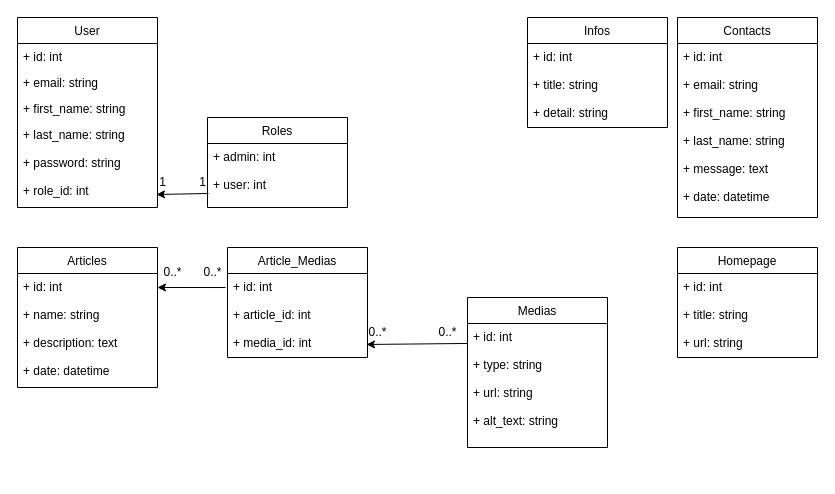
Earlier version of the draw.io diagram .docs/UML/diagramme_de_classes.drawio (Fonzard/FLJ). Source tidied: cells renumbered, new cells numbered last; positions are measured from the earlier drawing's top-left corner, leaving out a move shared by most shapes. Both pictures are drawn from the tidied source at 100%, with x=0, y=0 at pixel (17, 17).
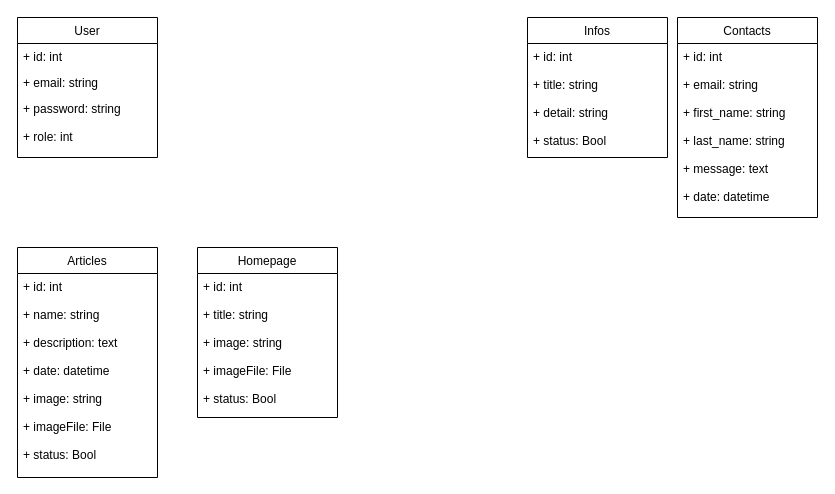
Above is the later version.

Change to the diagram source:
```diff
@@
     <mxCell id="2" value="User" style="swimlane;fontStyle=0;horizontal=1;startSize=26;fillColor=none;" parent="1" vertex="1">
-      <mxGeometry width="140" height="190" as="geometry" />
+      <mxGeometry width="140" height="140" as="geometry" />
     </mxCell>
@@
-    <mxCell id="5" value="+ first_name: string&#10;" style="text;strokeColor=none;fillColor=none;align=left;verticalAlign=top;spacingLeft=4;spacingRight=4;overflow=hidden;" parent="2" vertex="1">
-      <mxGeometry y="78" width="140" height="26" as="geometry" />
-    </mxCell>
-    <mxCell id="6" value="+ last_name: string&#10;&#10;+ password: string&#10;&#10;+ role_id: int&#10;&#10;" style="text;strokeColor=none;fillColor=none;align=left;verticalAlign=top;spacingLeft=4;spacingRight=4;overflow=hidden;points=[[0,0.5],[1,0.5]];portConstraint=eastwest;" parent="2" vertex="1">
-      <mxGeometry y="104" width="140" height="86" as="geometry" />
+    <mxCell id="6" value="+ password: string&#10;&#10;+ role: int&#10;&#10;" style="text;strokeColor=none;fillColor=none;align=left;verticalAlign=top;spacingLeft=4;spacingRight=4;overflow=hidden;points=[[0,0.5],[1,0.5]];portConstraint=eastwest;" parent="2" vertex="1">
+      <mxGeometry y="78" width="140" height="62" as="geometry" />
     </mxCell>
-    <mxCell id="7" value="Roles" style="swimlane;fontStyle=0;horizontal=1;startSize=26;fillColor=none;" parent="1" vertex="1">
-      <mxGeometry x="190" y="100" width="140" height="90" as="geometry" />
-    </mxCell>
-    <mxCell id="8" value="+ admin: int&#10;&#10;+ user: int&#10;&#10;" style="text;strokeColor=none;fillColor=none;align=left;verticalAlign=top;spacingLeft=4;spacingRight=4;overflow=hidden;points=[[0,0.5],[1,0.5]];portConstraint=eastwest;" parent="7" vertex="1">
-      <mxGeometry y="26" width="140" height="64" as="geometry" />
-    </mxCell>
     <mxCell id="9" value="Articles" style="swimlane;fontStyle=0;horizontal=1;startSize=26;fillColor=none;" parent="1" vertex="1">
-      <mxGeometry y="230" width="140" height="140" as="geometry" />
+      <mxGeometry y="230" width="140" height="230" as="geometry" />
     </mxCell>
-    <mxCell id="10" value="+ id: int&#10;&#10;+ name: string&#10;&#10;+ description: text&#10;&#10;+ date: datetime&#10;" style="text;strokeColor=none;fillColor=none;align=left;verticalAlign=top;spacingLeft=4;spacingRight=4;overflow=hidden;" parent="9" vertex="1">
-      <mxGeometry y="26" width="140" height="114" as="geometry" />
+    <mxCell id="10" value="+ id: int&#10;&#10;+ name: string&#10;&#10;+ description: text&#10;&#10;+ date: datetime&#10;&#10;+ image: string&#10;&#10;+ imageFile: File&#10;&#10;+ status: Bool&#10;&#10;&#10;" style="text;strokeColor=none;fillColor=none;align=left;verticalAlign=top;spacingLeft=4;spacingRight=4;overflow=hidden;" parent="9" vertex="1">
+      <mxGeometry y="26" width="140" height="204" as="geometry" />
     </mxCell>
     <mxCell id="11" value="Infos" style="swimlane;fontStyle=0;horizontal=1;startSize=26;fillColor=none;" parent="1" vertex="1">
-      <mxGeometry x="510" width="140" height="110" as="geometry" />
+      <mxGeometry x="510" width="140" height="140" as="geometry" />
     </mxCell>
-    <mxCell id="12" value="+ id: int&#10;&#10;+ title: string&#10;&#10;+ detail: string" style="text;strokeColor=none;fillColor=none;align=left;verticalAlign=top;spacingLeft=4;spacingRight=4;overflow=hidden;" parent="11" vertex="1">
-      <mxGeometry y="26" width="140" height="84" as="geometry" />
+    <mxCell id="12" value="+ id: int&#10;&#10;+ title: string&#10;&#10;+ detail: string&#10;&#10;+ status: Bool" style="text;strokeColor=none;fillColor=none;align=left;verticalAlign=top;spacingLeft=4;spacingRight=4;overflow=hidden;" parent="11" vertex="1">
+      <mxGeometry y="26" width="140" height="114" as="geometry" />
     </mxCell>
@@
-    <mxCell id="15" value="Medias" style="swimlane;fontStyle=0;horizontal=1;startSize=26;fillColor=none;" parent="1" vertex="1">
-      <mxGeometry x="450" y="280" width="140" height="150" as="geometry" />
-    </mxCell>
-    <mxCell id="16" value="+ id: int&#10;&#10;+ type: string&#10;&#10;+ url: string&#10;&#10;+ alt_text: string" style="text;strokeColor=none;fillColor=none;align=left;verticalAlign=top;spacingLeft=4;spacingRight=4;overflow=hidden;points=[[0,0.5],[1,0.5]];portConstraint=eastwest;" parent="15" vertex="1">
-      <mxGeometry y="26" width="140" height="124" as="geometry" />
-    </mxCell>
-    <mxCell id="17" style="edgeStyle=none;html=1;entryX=0.993;entryY=0.849;entryDx=0;entryDy=0;entryPerimeter=0;exitX=0.007;exitY=0.781;exitDx=0;exitDy=0;exitPerimeter=0;" parent="1" edge="1" source="8" target="6">
-      <mxGeometry relative="1" as="geometry" />
-    </mxCell>
-    <mxCell id="18" value="1" style="text;html=1;align=center;verticalAlign=middle;strokeColor=none;fillColor=none;" parent="1" vertex="1">
-      <mxGeometry x="130" y="150" width="30" height="30" as="geometry" />
-    </mxCell>
-    <mxCell id="19" value="1" style="text;html=1;align=center;verticalAlign=middle;strokeColor=none;fillColor=none;" parent="1" vertex="1">
-      <mxGeometry x="170" y="150" width="30" height="30" as="geometry" />
-    </mxCell>
-    <mxCell id="20" value="Article_Medias" style="swimlane;fontStyle=0;horizontal=1;startSize=26;fillColor=none;" parent="1" vertex="1">
-      <mxGeometry x="210" y="230" width="140" height="110" as="geometry" />
-    </mxCell>
-    <mxCell id="21" value="+ id: int&#10;&#10;+ article_id: int&#10;&#10;+ media_id: int" style="text;strokeColor=none;fillColor=none;align=left;verticalAlign=top;spacingLeft=4;spacingRight=4;overflow=hidden;points=[[0,0.5],[1,0.5]];portConstraint=eastwest;" parent="20" vertex="1">
-      <mxGeometry y="26" width="140" height="84" as="geometry" />
-    </mxCell>
-    <mxCell id="22" style="edgeStyle=none;html=1;entryX=0.993;entryY=0.845;entryDx=0;entryDy=0;entryPerimeter=0;exitX=0;exitY=0.161;exitDx=0;exitDy=0;exitPerimeter=0;" parent="1" edge="1" source="16" target="21">
-      <mxGeometry relative="1" as="geometry" />
-    </mxCell>
-    <mxCell id="23" style="edgeStyle=none;html=1;exitX=-0.014;exitY=0.167;exitDx=0;exitDy=0;exitPerimeter=0;" parent="1" edge="1" source="21">
-      <mxGeometry relative="1" as="geometry">
-        <mxPoint x="140" y="270" as="targetPoint" />
-      </mxGeometry>
-    </mxCell>
     <mxCell id="24" value="Homepage" style="swimlane;fontStyle=0;horizontal=1;startSize=26;fillColor=none;" parent="1" vertex="1">
-      <mxGeometry x="660" y="230" width="140" height="110" as="geometry" />
+      <mxGeometry x="180" y="230" width="140" height="170" as="geometry" />
     </mxCell>
-    <mxCell id="25" value="+ id: int&#10;&#10;+ title: string&#10;&#10;+ url: string" style="text;strokeColor=none;fillColor=none;align=left;verticalAlign=top;spacingLeft=4;spacingRight=4;overflow=hidden;" parent="24" vertex="1">
-      <mxGeometry y="26" width="140" height="84" as="geometry" />
+    <mxCell id="25" value="+ id: int&#10;&#10;+ title: string&#10;&#10;+ image: string&#10;&#10;+ imageFile: File&#10;&#10;+ status: Bool" style="text;strokeColor=none;fillColor=none;align=left;verticalAlign=top;spacingLeft=4;spacingRight=4;overflow=hidden;" parent="24" vertex="1">
+      <mxGeometry y="26" width="140" height="144" as="geometry" />
     </mxCell>
-    <mxCell id="26" value="0..*" style="text;html=1;align=center;verticalAlign=middle;strokeColor=none;fillColor=none;" parent="1" vertex="1">
-      <mxGeometry x="135" y="240" width="40" height="30" as="geometry" />
-    </mxCell>
-    <mxCell id="27" value="0..*" style="text;html=1;align=center;verticalAlign=middle;strokeColor=none;fillColor=none;" parent="1" vertex="1">
-      <mxGeometry x="175" y="240" width="40" height="30" as="geometry" />
-    </mxCell>
-    <mxCell id="28" value="0..*" style="text;html=1;align=center;verticalAlign=middle;strokeColor=none;fillColor=none;" parent="1" vertex="1">
-      <mxGeometry x="340" y="300" width="40" height="30" as="geometry" />
-    </mxCell>
-    <mxCell id="29" value="0..*" style="text;html=1;align=center;verticalAlign=middle;strokeColor=none;fillColor=none;" parent="1" vertex="1">
-      <mxGeometry x="410" y="300" width="40" height="30" as="geometry" />
-    </mxCell>
```
